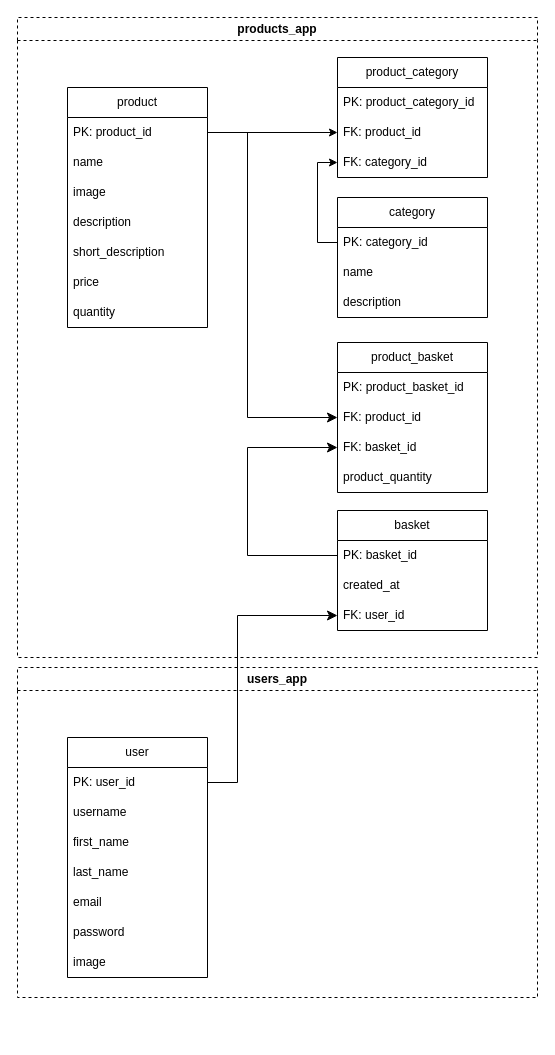
This is store_db.drawio from sharvadim07/django-store, a draw.io file, before an edit. Source tidied: cells renumbered, new cells numbered last; positions are measured from the earlier drawing's top-left corner, leaving out a move shared by most shapes. Both pictures are drawn from the tidied source at 100%, with x=0, y=0 at pixel (17, 17).
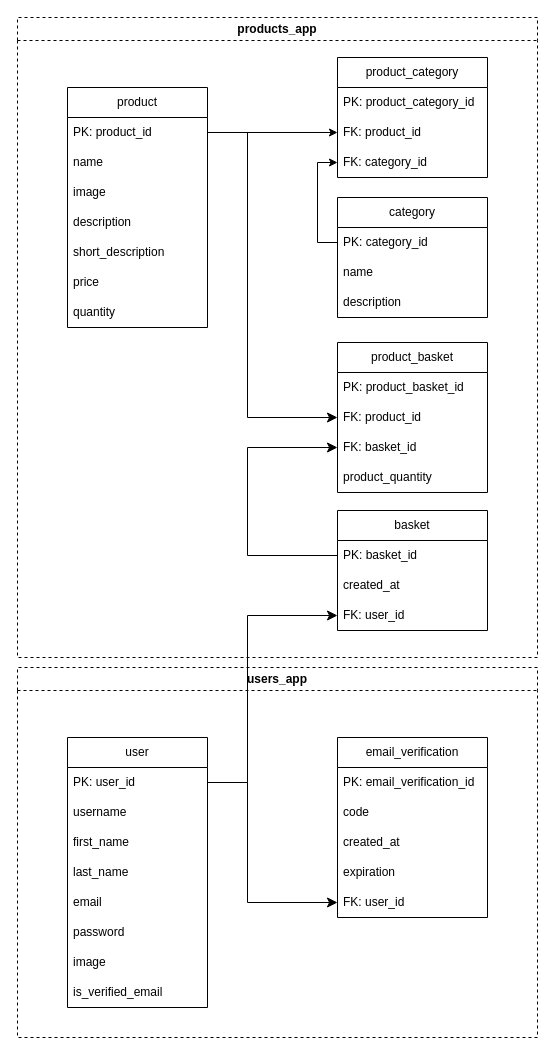
The same diagram, later.

Commit message (it also covers changes not shown here):
Add user email verification (dummy)

The change refers to these unchanged cells:
```xml
<mxCell id="25" value="FK: user_id" style="text;strokeColor=none;fillColor=none;align=left;verticalAlign=middle;spacingLeft=4;spacingRight=4;overflow=hidden;points=[[0,0.5],[1,0.5]];portConstraint=eastwest;whiteSpace=wrap;html=1;" parent="22" vertex="1">
  <mxGeometry y="90" width="150" height="30" as="geometry" />
</mxCell>
<mxCell id="27" value="PK: user_id" style="text;strokeColor=none;fillColor=none;align=left;verticalAlign=middle;spacingLeft=4;spacingRight=4;overflow=hidden;points=[[0,0.5],[1,0.5]];portConstraint=eastwest;whiteSpace=wrap;html=1;" parent="26" vertex="1">
  <mxGeometry y="30" width="140" height="30" as="geometry" />
</mxCell>
```

Change to the diagram source:
```diff
@@
     <mxCell id="2" value="users_app" style="swimlane;whiteSpace=wrap;html=1;dashed=1;" parent="1" vertex="1">
-      <mxGeometry y="650" width="520" height="330" as="geometry" />
+      <mxGeometry y="650" width="520" height="370" as="geometry" />
     </mxCell>
+    <mxCell id="42" value="email_verification" style="swimlane;fontStyle=0;horizontal=1;startSize=30;whiteSpace=wrap;html=1;" parent="2" vertex="1">
+      <mxGeometry x="320" y="70" width="150" height="180" as="geometry" />
+    </mxCell>
+    <mxCell id="43" value="PK: email_verification_id" style="text;strokeColor=none;fillColor=none;align=left;verticalAlign=middle;spacingLeft=4;spacingRight=4;overflow=hidden;whiteSpace=wrap;html=1;" parent="42" vertex="1">
+      <mxGeometry y="30" width="150" height="30" as="geometry" />
+    </mxCell>
+    <mxCell id="44" value="code" style="text;strokeColor=none;fillColor=none;align=left;verticalAlign=middle;spacingLeft=4;spacingRight=4;overflow=hidden;whiteSpace=wrap;html=1;" parent="42" vertex="1">
+      <mxGeometry y="60" width="150" height="30" as="geometry" />
+    </mxCell>
+    <mxCell id="45" value="created_at" style="text;strokeColor=none;fillColor=none;align=left;verticalAlign=middle;spacingLeft=4;spacingRight=4;overflow=hidden;whiteSpace=wrap;html=1;" parent="42" vertex="1">
+      <mxGeometry y="90" width="150" height="30" as="geometry" />
+    </mxCell>
+    <mxCell id="46" value="expiration" style="text;strokeColor=none;fillColor=none;align=left;verticalAlign=middle;spacingLeft=4;spacingRight=4;overflow=hidden;whiteSpace=wrap;html=1;" parent="42" vertex="1">
+      <mxGeometry y="120" width="150" height="30" as="geometry" />
+    </mxCell>
+    <mxCell id="47" value="FK: user_id" style="text;strokeColor=none;fillColor=none;align=left;verticalAlign=middle;spacingLeft=4;spacingRight=4;overflow=hidden;points=[[0,0.5],[1,0.5]];portConstraint=eastwest;whiteSpace=wrap;html=1;" parent="42" vertex="1">
+      <mxGeometry y="150" width="150" height="30" as="geometry" />
+    </mxCell>
@@
     <mxCell id="26" value="user" style="swimlane;fontStyle=0;horizontal=1;startSize=30;whiteSpace=wrap;html=1;" parent="1" vertex="1">
-      <mxGeometry x="50" y="720" width="140" height="240" as="geometry" />
+      <mxGeometry x="50" y="720" width="140" height="270" as="geometry" />
     </mxCell>
@@
+    <mxCell id="48" value="&lt;div style=&quot;line-height: 19px;&quot;&gt;is_verified_email&lt;/div&gt;" style="text;strokeColor=none;fillColor=none;align=left;verticalAlign=middle;spacingLeft=4;spacingRight=4;overflow=hidden;whiteSpace=wrap;html=1;" parent="26" vertex="1">
+      <mxGeometry y="240" width="140" height="30" as="geometry" />
+    </mxCell>
@@
     <mxCell id="41" style="edgeStyle=elbowEdgeStyle;elbow=horizontal;endArrow=classic;html=1;curved=0;rounded=0;endSize=8;startSize=8;entryX=0;entryY=0.5;entryDx=0;entryDy=0;exitX=1;exitY=0.5;exitDx=0;exitDy=0;" parent="1" edge="1" source="27" target="25">
       <mxGeometry relative="1" as="geometry">
         <Array as="points">
+          <mxPoint x="230" y="700" />
           <mxPoint x="220" y="690" />
         </Array>
       </mxGeometry>
     </mxCell>
+    <mxCell id="49" style="edgeStyle=elbowEdgeStyle;elbow=horizontal;endArrow=classic;html=1;curved=0;rounded=0;endSize=8;startSize=8;entryX=0;entryY=0.5;entryDx=0;entryDy=0;exitX=1;exitY=0.5;exitDx=0;exitDy=0;" parent="1" edge="1" source="27" target="47">
+      <mxGeometry relative="1" as="geometry">
+        <Array as="points">
+          <mxPoint x="230" y="810" />
+          <mxPoint x="230" y="700" />
+        </Array>
+      </mxGeometry>
+    </mxCell>
```
